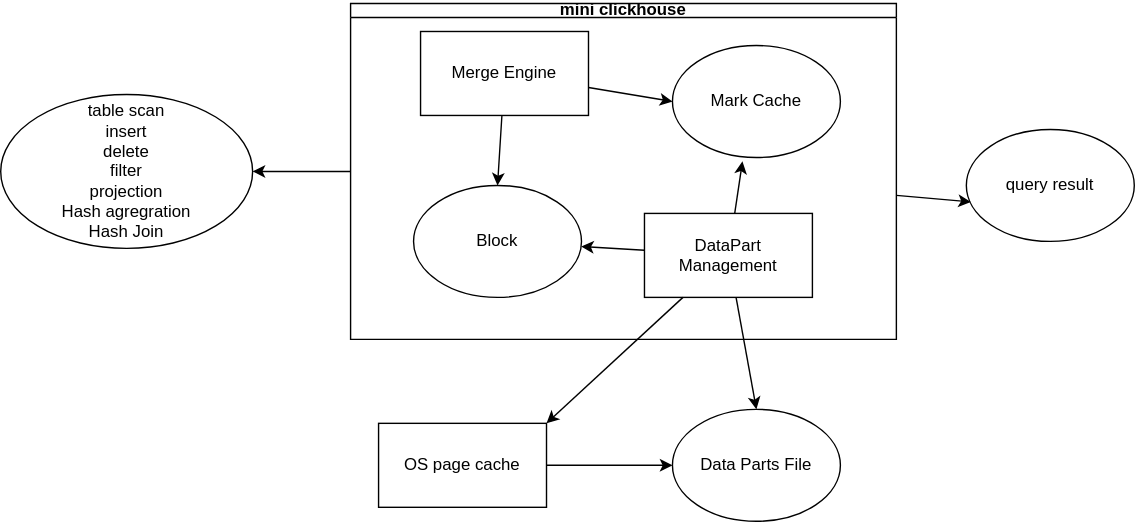
The draw.io diagram vertical-bar/mini-clickhouse.drawio.svg in hoangnpdev/engineering-notes, before a commit. Source tidied: cells renumbered, new cells last; positions are measured from the earlier drawing's top-left corner, leaving out a move shared by most shapes.
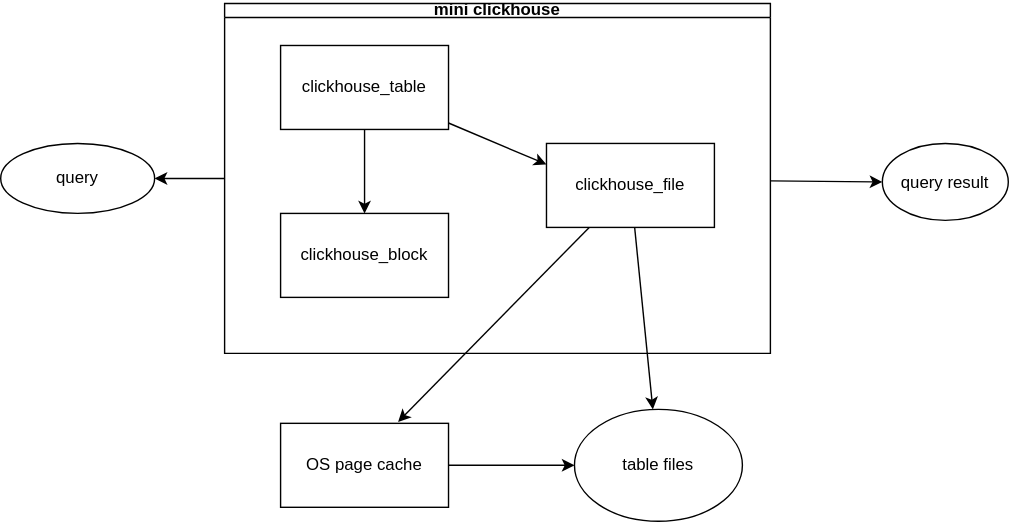
After the commit.

Change to the diagram source:
```diff
@@ -5,56 +5,47 @@
     <mxCell id="2" style="edgeStyle=none;html=1;entryX=1;entryY=0.5;entryDx=0;entryDy=0;" parent="1" edge="1" source="3" target="12">
       <mxGeometry relative="1" as="geometry" />
     </mxCell>
+    <mxCell id="5" style="edgeStyle=none;html=1;entryX=0;entryY=0.5;entryDx=0;entryDy=0;" parent="1" edge="1" source="3" target="13">
+      <mxGeometry relative="1" as="geometry" />
+    </mxCell>
     <mxCell id="3" value="mini clickhouse" style="swimlane;whiteSpace=wrap;html=1;startSize=10;" parent="1" vertex="1">
-      <mxGeometry x="250" width="390" height="240" as="geometry" />
+      <mxGeometry x="230" y="20" width="390" height="250" as="geometry" />
     </mxCell>
-    <mxCell id="4" style="edgeStyle=none;html=1;entryX=0.5;entryY=0;entryDx=0;entryDy=0;" parent="3" edge="1" source="6" target="9">
-      <mxGeometry relative="1" as="geometry" />
-    </mxCell>
-    <mxCell id="5" style="edgeStyle=none;html=1;entryX=0;entryY=0.5;entryDx=0;entryDy=0;" parent="3" edge="1" source="6" target="10">
-      <mxGeometry relative="1" as="geometry" />
-    </mxCell>
+    <mxCell id="20" style="edgeStyle=none;html=1;entryX=0;entryY=0.25;entryDx=0;entryDy=0;" parent="3" edge="1" source="6" target="22">
+      <mxGeometry relative="1" as="geometry" />
+    </mxCell>
+    <mxCell id="21" style="edgeStyle=none;html=1;entryX=0.5;entryY=0;entryDx=0;entryDy=0;" parent="3" edge="1" source="6" target="23">
+      <mxGeometry relative="1" as="geometry" />
+    </mxCell>
-    <mxCell id="6" value="Merge Engine" style="rounded=0;whiteSpace=wrap;html=1;" parent="3" vertex="1">
-      <mxGeometry x="50" y="20" width="120" height="60" as="geometry" />
+    <mxCell id="6" value="clickhouse_table" style="rounded=0;whiteSpace=wrap;html=1;" parent="3" vertex="1">
+      <mxGeometry x="40" y="30" width="120" height="60" as="geometry" />
     </mxCell>
-    <mxCell id="7" style="edgeStyle=none;html=1;" parent="3" edge="1" source="8" target="9">
-      <mxGeometry relative="1" as="geometry" />
-    </mxCell>
-    <mxCell id="8" value="DataPart Management" style="whiteSpace=wrap;html=1;rounded=0;" parent="3" vertex="1">
-      <mxGeometry x="210" y="150" width="120" height="60" as="geometry" />
-    </mxCell>
-    <mxCell id="9" value="Block" style="ellipse;whiteSpace=wrap;html=1;" parent="3" vertex="1">
-      <mxGeometry x="45" y="130" width="120" height="80" as="geometry" />
-    </mxCell>
-    <mxCell id="10" value="Mark Cache" style="ellipse;whiteSpace=wrap;html=1;" parent="3" vertex="1">
-      <mxGeometry x="230" y="30" width="120" height="80" as="geometry" />
-    </mxCell>
-    <mxCell id="11" style="edgeStyle=none;html=1;entryX=0.417;entryY=1.035;entryDx=0;entryDy=0;entryPerimeter=0;" parent="3" edge="1" source="8" target="10">
-      <mxGeometry relative="1" as="geometry" />
-    </mxCell>
+    <mxCell id="22" value="clickhouse_file" style="rounded=0;whiteSpace=wrap;html=1;" parent="3" vertex="1">
+      <mxGeometry x="230" y="100" width="120" height="60" as="geometry" />
+    </mxCell>
+    <mxCell id="23" value="clickhouse_block" style="rounded=0;whiteSpace=wrap;html=1;" parent="3" vertex="1">
+      <mxGeometry x="40" y="150" width="120" height="60" as="geometry" />
+    </mxCell>
-    <mxCell id="12" value="table scan&lt;br&gt;insert&lt;div&gt;delete&lt;br&gt;filter&amp;nbsp;&lt;br&gt;projection&lt;br&gt;Hash agregration&lt;/div&gt;&lt;div&gt;Hash Join&lt;/div&gt;" style="ellipse;whiteSpace=wrap;html=1;" parent="1" vertex="1">
-      <mxGeometry y="65" width="180" height="110" as="geometry" />
+    <mxCell id="12" value="query" style="ellipse;whiteSpace=wrap;html=1;" parent="1" vertex="1">
+      <mxGeometry x="70" y="120" width="110" height="50" as="geometry" />
     </mxCell>
     <mxCell id="13" value="query result" style="ellipse;whiteSpace=wrap;html=1;" parent="1" vertex="1">
-      <mxGeometry x="690" y="90" width="120" height="80" as="geometry" />
+      <mxGeometry x="700" y="120" width="90" height="55" as="geometry" />
     </mxCell>
-    <mxCell id="14" style="edgeStyle=none;html=1;entryX=0.027;entryY=0.647;entryDx=0;entryDy=0;entryPerimeter=0;" parent="1" edge="1" source="3" target="13">
-      <mxGeometry relative="1" as="geometry" />
-    </mxCell>
-    <mxCell id="15" value="Data Parts File" style="ellipse;whiteSpace=wrap;html=1;" parent="1" vertex="1">
-      <mxGeometry x="480" y="290" width="120" height="80" as="geometry" />
+    <mxCell id="15" value="table files" style="ellipse;whiteSpace=wrap;html=1;" parent="1" vertex="1">
+      <mxGeometry x="480" y="310" width="120" height="80" as="geometry" />
     </mxCell>
-    <mxCell id="16" style="edgeStyle=none;html=1;entryX=0.5;entryY=0;entryDx=0;entryDy=0;" parent="1" edge="1" source="8" target="15">
-      <mxGeometry relative="1" as="geometry" />
-    </mxCell>
-    <mxCell id="17" style="edgeStyle=none;html=1;" parent="1" edge="1" source="18" target="15">
+    <mxCell id="17" style="edgeStyle=none;html=1;entryX=0;entryY=0.5;entryDx=0;entryDy=0;" parent="1" edge="1" source="18" target="15">
       <mxGeometry relative="1" as="geometry" />
     </mxCell>
     <mxCell id="18" value="OS page cache" style="rounded=0;whiteSpace=wrap;html=1;" parent="1" vertex="1">
-      <mxGeometry x="270" y="300" width="120" height="60" as="geometry" />
+      <mxGeometry x="270" y="320" width="120" height="60" as="geometry" />
     </mxCell>
-    <mxCell id="19" style="edgeStyle=none;html=1;entryX=1;entryY=0;entryDx=0;entryDy=0;" parent="1" edge="1" source="8" target="18">
-      <mxGeometry relative="1" as="geometry" />
-    </mxCell>
+    <mxCell id="24" style="edgeStyle=none;html=1;entryX=0.7;entryY=-0.017;entryDx=0;entryDy=0;entryPerimeter=0;" parent="1" edge="1" source="22" target="18">
+      <mxGeometry relative="1" as="geometry" />
+    </mxCell>
+    <mxCell id="25" style="edgeStyle=none;html=1;" parent="1" edge="1" source="22" target="15">
+      <mxGeometry relative="1" as="geometry" />
+    </mxCell>
   </root>
 </mxGraphModel>
```
